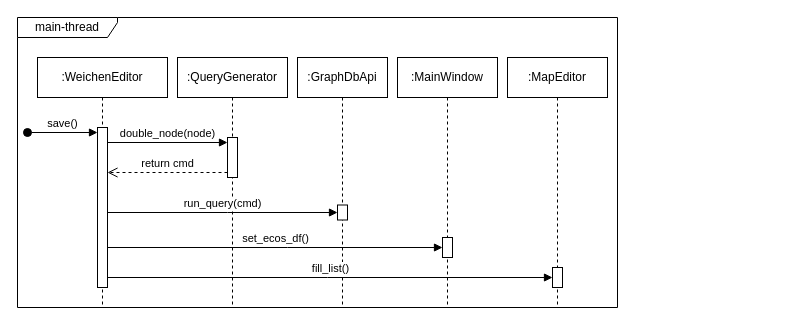
Above: procedural/add_trainswitch.drawio in pascalreiss/draw_io_stuff (draw.io), before the change. Source tidied: cells renumbered, new cells numbered last; positions are measured from the earlier drawing's top-left corner, leaving out a move shared by most shapes. Both pictures are drawn from the tidied source at 100%, with x=0, y=0 at pixel (17, 17).
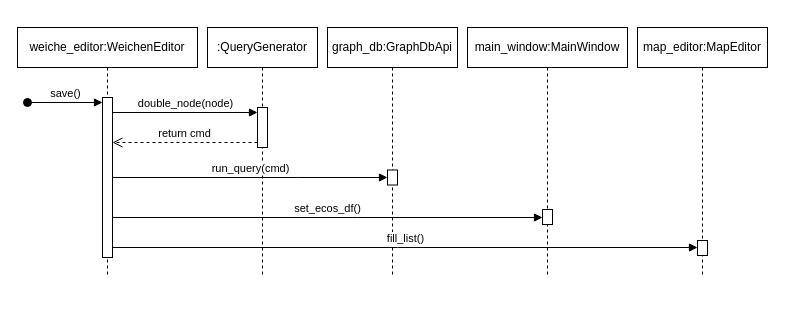
Above is the later version.

What changed in the source:
```diff
@@
-    <mxCell id="2" value=":WeichenEditor" style="shape=umlLifeline;perimeter=lifelinePerimeter;whiteSpace=wrap;html=1;newEdgeStyle={&quot;curved&quot;:0,&quot;rounded&quot;:0};" parent="1" vertex="1">
-      <mxGeometry x="20" y="40" width="130" height="250" as="geometry" />
+    <mxCell id="2" value="weiche_editor:WeichenEditor" style="shape=umlLifeline;perimeter=lifelinePerimeter;whiteSpace=wrap;html=1;newEdgeStyle={&quot;curved&quot;:0,&quot;rounded&quot;:0};" parent="1" vertex="1">
+      <mxGeometry y="10" width="180" height="250" as="geometry" />
     </mxCell>
     <mxCell id="3" style="html=1;points=[[0,0,0,0,5],[0,1,0,0,-5],[1,0,0,0,5],[1,1,0,0,-5]];perimeter=orthogonalPerimeter;outlineConnect=0;targetShapes=umlLifeline;portConstraint=eastwest;newEdgeStyle={&quot;curved&quot;:0,&quot;rounded&quot;:0};" parent="2" vertex="1">
-      <mxGeometry x="60" y="70" width="10" height="160" as="geometry" />
+      <mxGeometry x="85" y="70" width="10" height="160" as="geometry" />
     </mxCell>
     <mxCell id="4" value="save()" style="html=1;verticalAlign=bottom;startArrow=oval;endArrow=block;startSize=8;curved=0;rounded=0;entryX=0;entryY=0;entryDx=0;entryDy=5;" parent="2" edge="1" target="3">
       <mxGeometry relative="1" as="geometry">
-        <mxPoint x="-10" y="75" as="sourcePoint" />
+        <mxPoint x="10" y="75" as="sourcePoint" />
       </mxGeometry>
     </mxCell>
     <mxCell id="5" value=":QueryGenerator" style="shape=umlLifeline;perimeter=lifelinePerimeter;whiteSpace=wrap;html=1;newEdgeStyle={&quot;curved&quot;:0,&quot;rounded&quot;:0};" parent="1" vertex="1">
-      <mxGeometry x="160" y="40" width="110" height="250" as="geometry" />
+      <mxGeometry x="190" y="10" width="110" height="250" as="geometry" />
     </mxCell>
@@
-    <mxCell id="9" value=":GraphDbApi" style="shape=umlLifeline;perimeter=lifelinePerimeter;whiteSpace=wrap;html=1;newEdgeStyle={&quot;curved&quot;:0,&quot;rounded&quot;:0};" parent="1" vertex="1">
-      <mxGeometry x="280" y="40" width="90" height="250" as="geometry" />
+    <mxCell id="9" value="graph_db:GraphDbApi" style="shape=umlLifeline;perimeter=lifelinePerimeter;whiteSpace=wrap;html=1;newEdgeStyle={&quot;curved&quot;:0,&quot;rounded&quot;:0};" parent="1" vertex="1">
+      <mxGeometry x="310" y="10" width="130" height="250" as="geometry" />
     </mxCell>
     <mxCell id="10" style="html=1;points=[[0,0,0,0,5],[0,1,0,0,-5],[1,0,0,0,5],[1,1,0,0,-5]];perimeter=orthogonalPerimeter;outlineConnect=0;targetShapes=umlLifeline;portConstraint=eastwest;newEdgeStyle={&quot;curved&quot;:0,&quot;rounded&quot;:0};" parent="9" vertex="1">
-      <mxGeometry x="40" y="147.5" width="10" height="15" as="geometry" />
+      <mxGeometry x="60" y="142.5" width="10" height="15" as="geometry" />
     </mxCell>
-    <mxCell id="11" value="run_query(cmd)" style="html=1;verticalAlign=bottom;endArrow=block;curved=0;rounded=0;" parent="1" edge="1" source="3" target="10">
+    <mxCell id="11" value="run_query(cmd)" style="html=1;verticalAlign=bottom;endArrow=block;curved=0;rounded=0;" parent="1" edge="1">
       <mxGeometry relative="1" as="geometry">
+        <mxPoint x="95" y="160" as="sourcePoint" />
+        <mxPoint x="370" y="160" as="targetPoint" />
         <Array as="points">
-          <mxPoint x="210" y="195" />
+          <mxPoint x="280" y="160" />
         </Array>
       </mxGeometry>
     </mxCell>
-    <mxCell id="12" value=":MainWindow" style="shape=umlLifeline;perimeter=lifelinePerimeter;whiteSpace=wrap;html=1;newEdgeStyle={&quot;curved&quot;:0,&quot;rounded&quot;:0};" parent="1" vertex="1">
-      <mxGeometry x="380" y="40" width="100" height="250" as="geometry" />
+    <mxCell id="12" value="main_window:MainWindow" style="shape=umlLifeline;perimeter=lifelinePerimeter;whiteSpace=wrap;html=1;newEdgeStyle={&quot;curved&quot;:0,&quot;rounded&quot;:0};" parent="1" vertex="1">
+      <mxGeometry x="450" y="10" width="160" height="250" as="geometry" />
     </mxCell>
     <mxCell id="13" style="html=1;points=[[0,0,0,0,5],[0,1,0,0,-5],[1,0,0,0,5],[1,1,0,0,-5]];perimeter=orthogonalPerimeter;outlineConnect=0;targetShapes=umlLifeline;portConstraint=eastwest;newEdgeStyle={&quot;curved&quot;:0,&quot;rounded&quot;:0};" parent="12" vertex="1">
-      <mxGeometry x="45" y="180" width="10" height="20" as="geometry" />
+      <mxGeometry x="75" y="182" width="10" height="15" as="geometry" />
     </mxCell>
     <mxCell id="14" value="set_ecos_df()" style="html=1;verticalAlign=bottom;endArrow=block;curved=0;rounded=0;" parent="1" edge="1" source="3" target="13">
       <mxGeometry relative="1" as="geometry">
         <Array as="points">
-          <mxPoint x="270" y="230" />
+          <mxPoint x="340" y="200" />
         </Array>
       </mxGeometry>
     </mxCell>
-    <mxCell id="15" value=":MapEditor" style="shape=umlLifeline;perimeter=lifelinePerimeter;whiteSpace=wrap;html=1;newEdgeStyle={&quot;curved&quot;:0,&quot;rounded&quot;:0};" parent="1" vertex="1">
-      <mxGeometry x="490" y="40" width="100" height="250" as="geometry" />
+    <mxCell id="15" value="map_editor:MapEditor" style="shape=umlLifeline;perimeter=lifelinePerimeter;whiteSpace=wrap;html=1;newEdgeStyle={&quot;curved&quot;:0,&quot;rounded&quot;:0};" parent="1" vertex="1">
+      <mxGeometry x="620" y="10" width="130" height="250" as="geometry" />
     </mxCell>
     <mxCell id="16" style="html=1;points=[[0,0,0,0,5],[0,1,0,0,-5],[1,0,0,0,5],[1,1,0,0,-5]];perimeter=orthogonalPerimeter;outlineConnect=0;targetShapes=umlLifeline;portConstraint=eastwest;newEdgeStyle={&quot;curved&quot;:0,&quot;rounded&quot;:0};" parent="15" vertex="1">
-      <mxGeometry x="45" y="210" width="10" height="20" as="geometry" />
+      <mxGeometry x="60" y="213" width="10" height="15" as="geometry" />
     </mxCell>
     <mxCell id="17" value="fill_list()" style="html=1;verticalAlign=bottom;endArrow=block;curved=0;rounded=0;" parent="1" edge="1" source="3" target="16">
       <mxGeometry relative="1" as="geometry">
         <Array as="points">
-          <mxPoint x="310" y="260" />
+          <mxPoint x="380" y="230" />
         </Array>
       </mxGeometry>
     </mxCell>
-    <mxCell id="18" value="main-thread" style="shape=umlFrame;whiteSpace=wrap;html=1;width=100;height=20;" parent="1" vertex="1">
-      <mxGeometry width="600" height="290" as="geometry" />
-    </mxCell>
```
